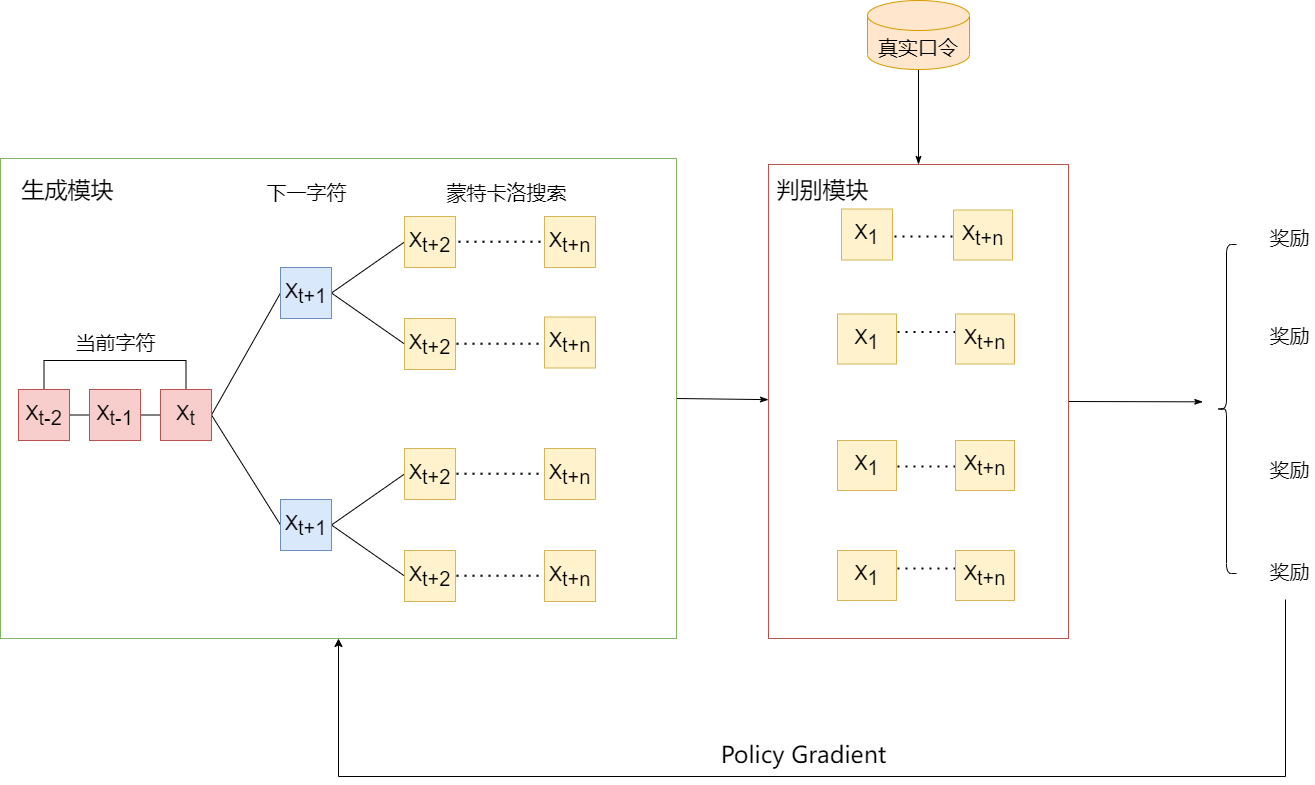
Above: seqgan.drawio.png in lakomi/pictures (draw.io), before the change. Source tidied: cells renumbered, new cells last; positions are measured from the earlier drawing's top-left corner, leaving out a move shared by most shapes.
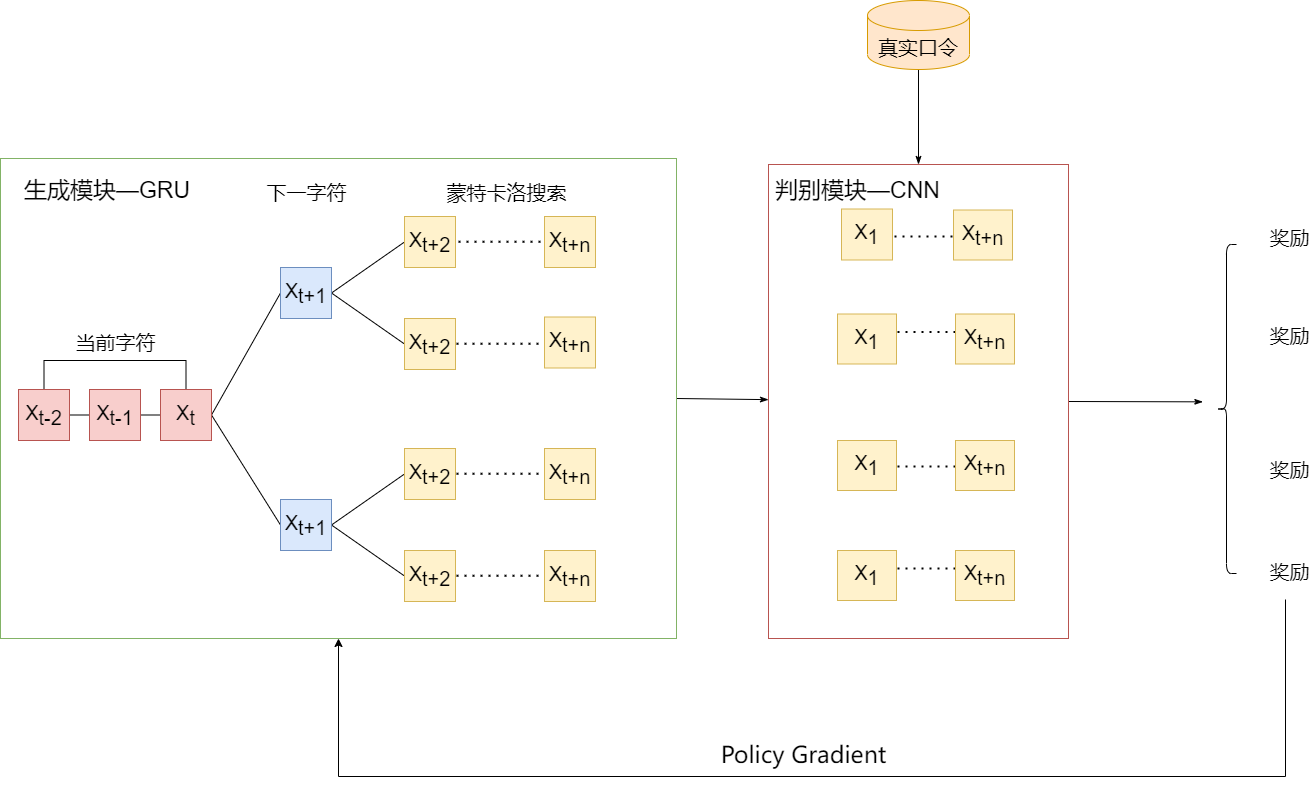
The same file after the commit.

Change to the diagram source:
```diff
@@ -226,11 +226,11 @@
     <mxCell id="55" value="X&lt;sub style=&quot;font-size: 20px&quot;&gt;t+n&lt;/sub&gt;" style="rounded=0;whiteSpace=wrap;html=1;fontSize=20;fillColor=#fff2cc;strokeColor=#d6b656;" parent="1" vertex="1">
       <mxGeometry x="955" y="550" width="59" height="50" as="geometry" />
     </mxCell>
-    <mxCell id="56" value="生成模块" style="text;html=1;strokeColor=none;fillColor=none;align=center;verticalAlign=middle;whiteSpace=wrap;rounded=0;fontSize=23;fontColor=#000000;" parent="1" vertex="1">
-      <mxGeometry x="18" y="175" width="99" height="30" as="geometry" />
+    <mxCell id="56" value="生成模块—GRU" style="text;html=1;strokeColor=none;fillColor=none;align=center;verticalAlign=middle;whiteSpace=wrap;rounded=0;fontSize=23;fontColor=#000000;" parent="1" vertex="1">
+      <mxGeometry x="18" y="175" width="178" height="30" as="geometry" />
     </mxCell>
-    <mxCell id="57" value="判别模块" style="text;html=1;strokeColor=none;fillColor=none;align=center;verticalAlign=middle;whiteSpace=wrap;rounded=0;fontSize=23;fontColor=#000000;" parent="1" vertex="1">
-      <mxGeometry x="773" y="175" width="99" height="30" as="geometry" />
+    <mxCell id="57" value="判别模块—CNN" style="text;html=1;strokeColor=none;fillColor=none;align=center;verticalAlign=middle;whiteSpace=wrap;rounded=0;fontSize=23;fontColor=#000000;" parent="1" vertex="1">
+      <mxGeometry x="773" y="175" width="169" height="30" as="geometry" />
     </mxCell>
   </root>
 </mxGraphModel>
```
